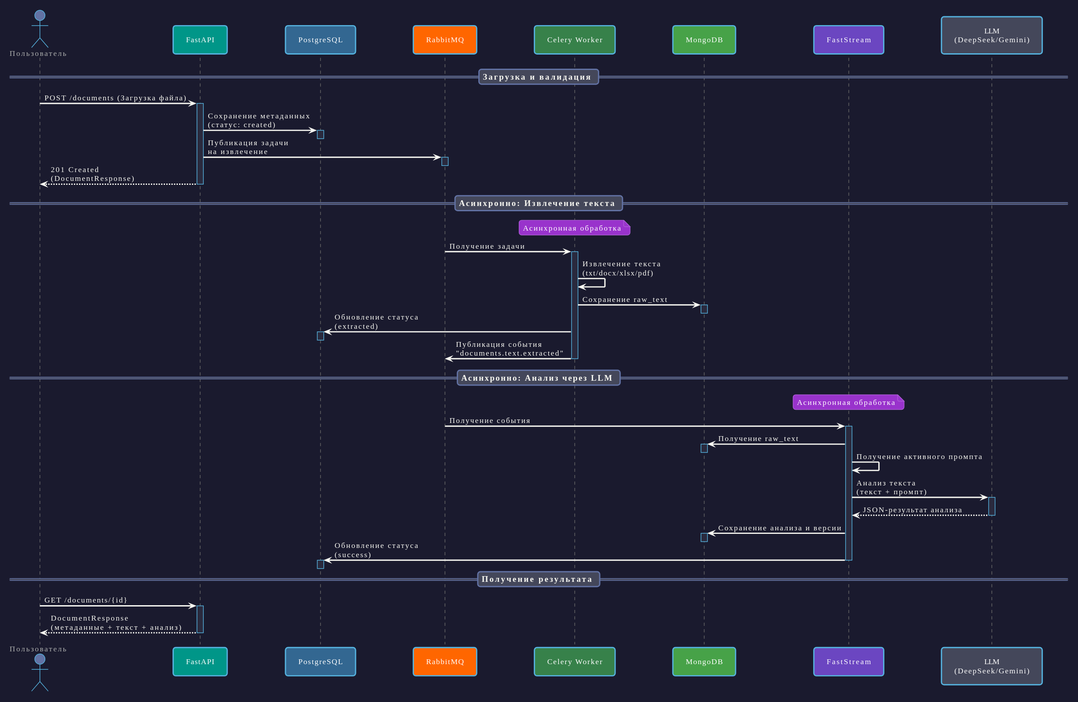
The PlantUML diagram docs/images/sequence_ru.svg in SadLaboka/DocMind, before a commit.
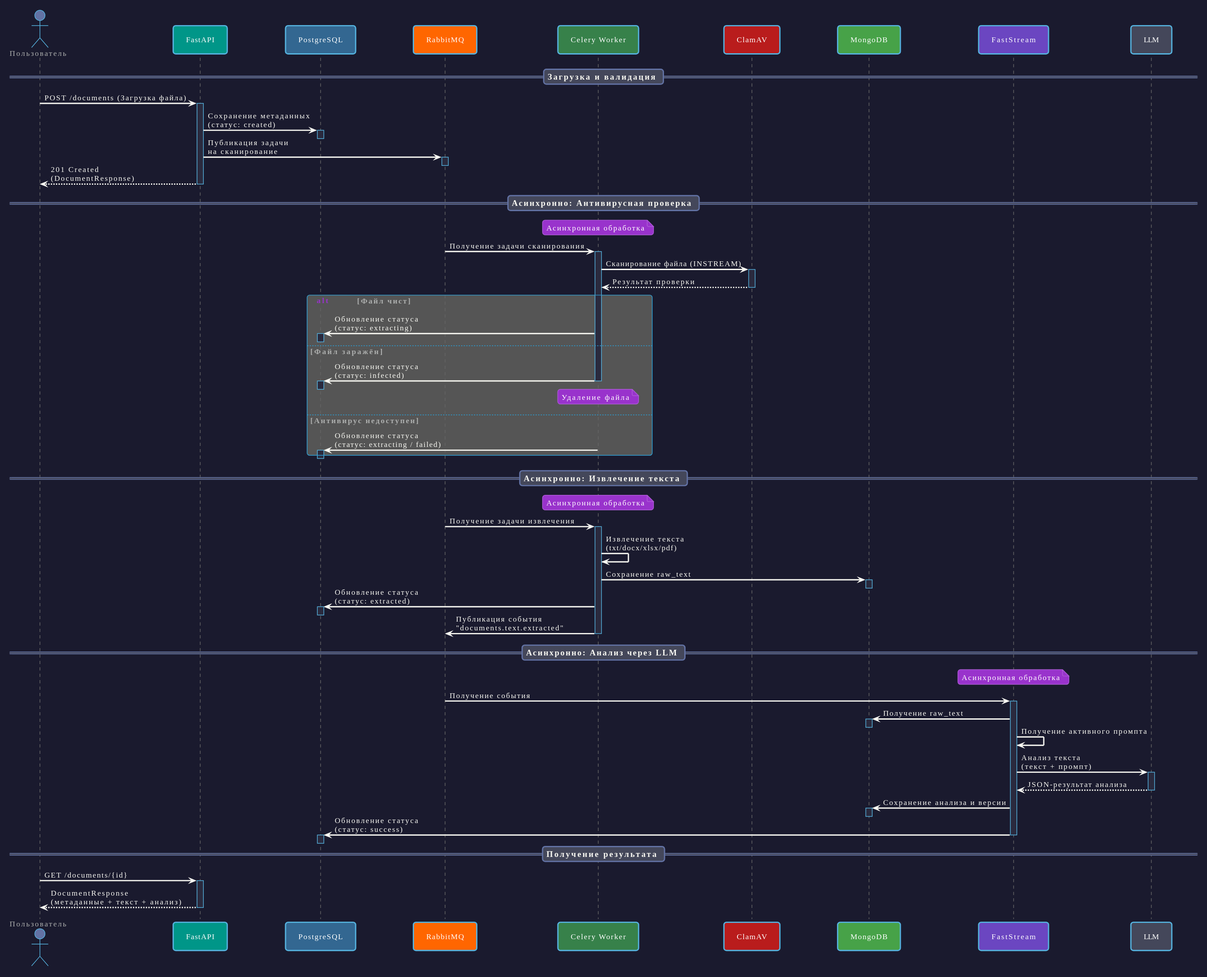
The same diagram one commit later.

Diff of the diagram source:
```diff
@@ -1,6 +1,5 @@
 @startuml
 !theme cyborg
-
 skinparam backgroundColor #1A1A2E
 skinparam shadowing false
 skinparam roundcorner 8
@@ -12,20 +11,16 @@
   ArrowColor #F8F8F2
   ArrowFontColor #F8F8F2
   ArrowFontSize 12
-
   LifeLineBorderColor #666666
   LifeLineBackgroundColor #2A2A3E
-
   BoxBorderColor #44475A
   BoxBackgroundColor #282A36
   BoxFontColor #F8F8F2
   BoxFontSize 12
-
   NoteBorderColor #FFB86C
   NoteBackgroundColor #44475A
   NoteFontColor #F8F8F2
   NoteFontSize 11
-
   DividerBorderColor #6272A4
   DividerBackgroundColor #44475A
   DividerFontColor #F8F8F2
@@ -37,43 +32,64 @@
 participant "PostgreSQL" as PG #336791
 participant "RabbitMQ" as RMQ #FF6600
 participant "Celery Worker" as Worker #37814A
+participant "ClamAV" as AV #B91C1C
 participant "MongoDB" as Mongo #47A248
 participant "FastStream" as Stream #6B46C1
-participant "LLM\n(DeepSeek/Gemini)" as LLM #44475A
+participant "LLM" as LLM #44475A
 
 == Загрузка и валидация ==
-
 User -> API: POST /documents (Загрузка файла)
 activate API
 API -> PG: Сохранение метаданных\n(статус: created)
 activate PG
 deactivate PG
-API -> RMQ: Публикация задачи\nна извлечение
+API -> RMQ: Публикация задачи\nна сканирование
 activate RMQ
 deactivate RMQ
 API --> User: 201 Created\n(DocumentResponse)
 deactivate API
 
+== Асинхронно: Антивирусная проверка ==
+note over Worker: Асинхронная обработка
+RMQ -> Worker: Получение задачи сканирования
+activate Worker
+Worker -> AV: Сканирование файла (INSTREAM)
+activate AV
+AV --> Worker: Результат проверки
+deactivate AV
+
+alt Файл чист
+  Worker -> PG: Обновление статуса\n(статус: extracting)
+  activate PG
+  deactivate PG
+else Файл заражён
+  Worker -> PG: Обновление статуса\n(статус: infected)
+  activate PG
+  deactivate PG
+  note over Worker: Удаление файла
+  deactivate Worker
+else Антивирус недоступен
+  Worker -> PG: Обновление статуса\n(статус: extracting / failed)
+  activate PG
+  deactivate PG
+end
+
 == Асинхронно: Извлечение текста ==
-
 note over Worker: Асинхронная обработка
-
-RMQ -> Worker: Получение задачи
+RMQ -> Worker: Получение задачи извлечения
 activate Worker
 Worker -> Worker: Извлечение текста\n(txt/docx/xlsx/pdf)
 Worker -> Mongo: Сохранение raw_text
 activate Mongo
 deactivate Mongo
-Worker -> PG: Обновление статуса\n(extracted)
+Worker -> PG: Обновление статуса\n(статус: extracted)
 activate PG
 deactivate PG
 Worker -> RMQ: Публикация события\n"documents.text.extracted"
 deactivate Worker
 
 == Асинхронно: Анализ через LLM ==
-
 note over Stream: Асинхронная обработка
-
 RMQ -> Stream: Получение события
 activate Stream
 Stream -> Mongo: Получение raw_text
@@ -87,13 +103,12 @@
 Stream -> Mongo: Сохранение анализа и версии
 activate Mongo
 deactivate Mongo
-Stream -> PG: Обновление статуса\n(success)
+Stream -> PG: Обновление статуса\n(статус: success)
 activate PG
 deactivate PG
 deactivate Stream
 
 == Получение результата ==
-
 User -> API: GET /documents/{id}
 activate API
 API --> User: DocumentResponse\n(метаданные + текст + анализ)
```
